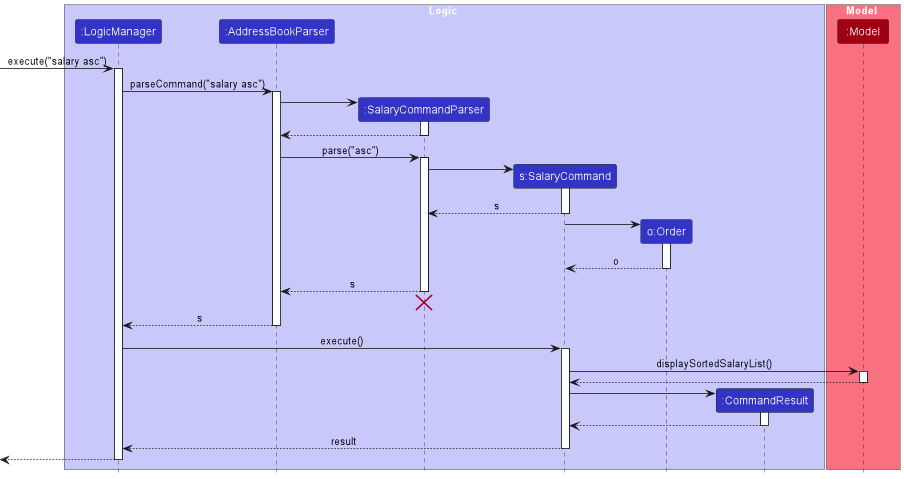
Above: docs/images/SalaryCommandSequenceDiagram.png in nus-cs2103-AY2223S2/tp (PlantUML), before the change.
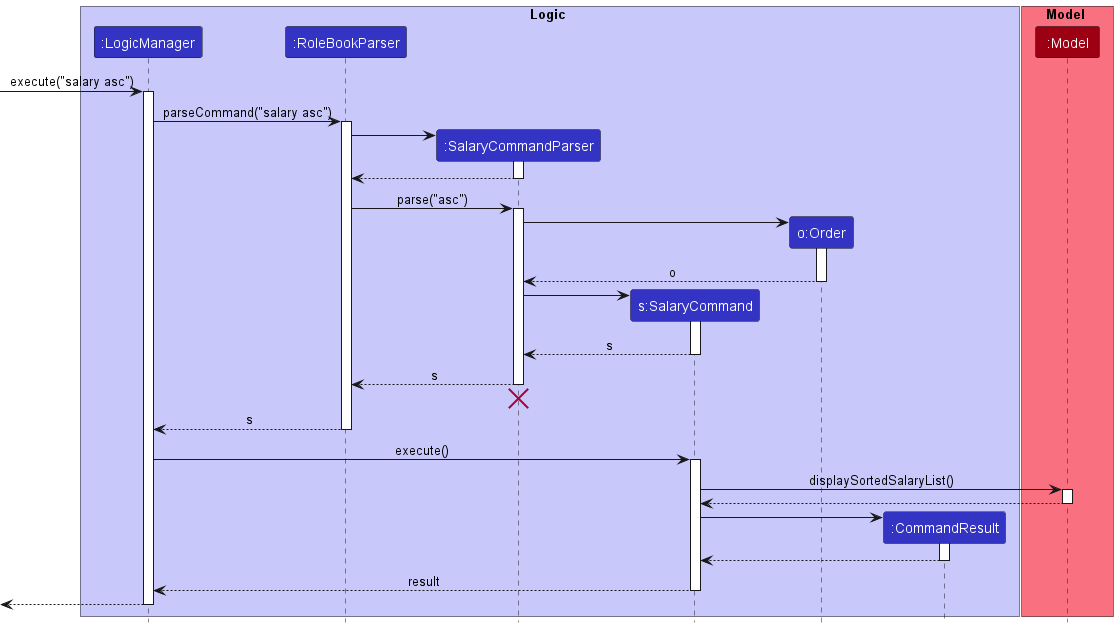
After the change.

Commit message:
Standardize sequence diagrams

Change to the diagram source:
```diff
@@ -3,7 +3,7 @@
 
 box Logic LOGIC_COLOR_T1
 participant ":LogicManager" as LogicManager LOGIC_COLOR
-participant ":AddressBookParser" as AddressBookParser LOGIC_COLOR
+participant ":RoleBookParser" as RoleBookParser LOGIC_COLOR
 participant ":SalaryCommandParser" as SalaryCommandParser LOGIC_COLOR
 participant "s:SalaryCommand" as SalaryCommand LOGIC_COLOR
 participant "o:Order" as Order LOGIC_COLOR
@@ -18,18 +18,25 @@
 [-> LogicManager : execute("salary asc")
 activate LogicManager
 
-LogicManager -> AddressBookParser : parseCommand("salary asc")
-activate AddressBookParser
+LogicManager -> RoleBookParser : parseCommand("salary asc")
+activate RoleBookParser
 
 create SalaryCommandParser
-AddressBookParser -> SalaryCommandParser
+RoleBookParser -> SalaryCommandParser
 activate SalaryCommandParser
 
-SalaryCommandParser --> AddressBookParser
+SalaryCommandParser --> RoleBookParser
 deactivate SalaryCommandParser
 
-AddressBookParser -> SalaryCommandParser : parse("asc")
+RoleBookParser -> SalaryCommandParser : parse("asc")
 activate SalaryCommandParser
+
+create Order
+SalaryCommandParser -> Order
+activate Order
+
+Order --> SalaryCommandParser : o
+deactivate Order
 
 create SalaryCommand
 SalaryCommandParser -> SalaryCommand
@@ -38,21 +45,14 @@
 SalaryCommand --> SalaryCommandParser : s
 deactivate SalaryCommand
 
-create Order
-SalaryCommand -> Order
-activate Order
 
-Order --> SalaryCommand : o
-deactivate Order
-
-
-SalaryCommandParser --> AddressBookParser : s
+SalaryCommandParser --> RoleBookParser : s
 deactivate SalaryCommandParser
-SalaryCommandParser -[hidden]-> AddressBookParser
+SalaryCommandParser -[hidden]-> RoleBookParser
 destroy SalaryCommandParser
 
-AddressBookParser --> LogicManager : s
-deactivate AddressBookParser
+RoleBookParser --> LogicManager : s
+deactivate RoleBookParser
 
 
 LogicManager -> SalaryCommand : execute()
```
